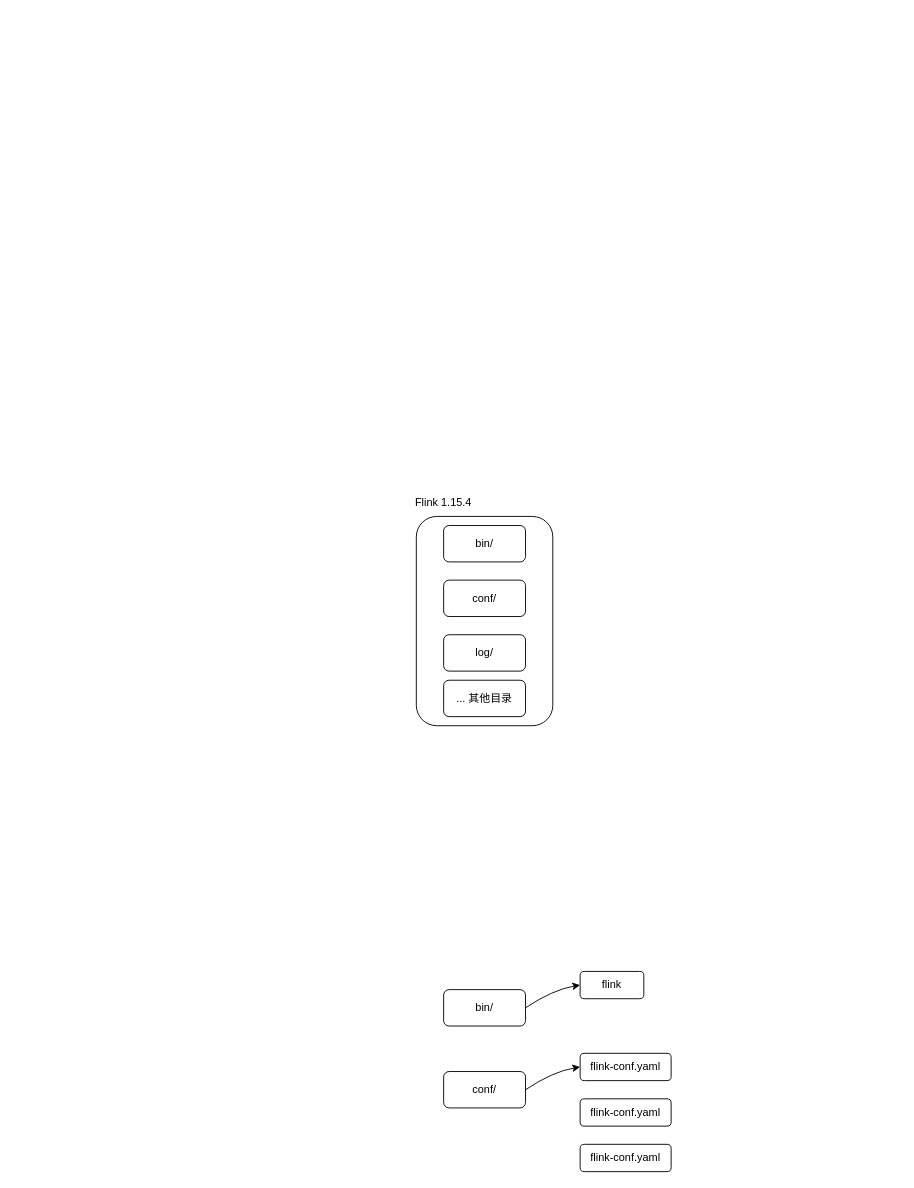
xinzhuxiansheng/blog-notes keeps this draw.io diagram as Drawio/Flink CLI.drawio. Above is the earlier version. Source tidied: cells renumbered, new cells numbered last; positions are measured from the earlier drawing's top-left corner, leaving out a move shared by most shapes. Both pictures are drawn from the tidied source at 91%, with x=0, y=0 at pixel (407, 489).
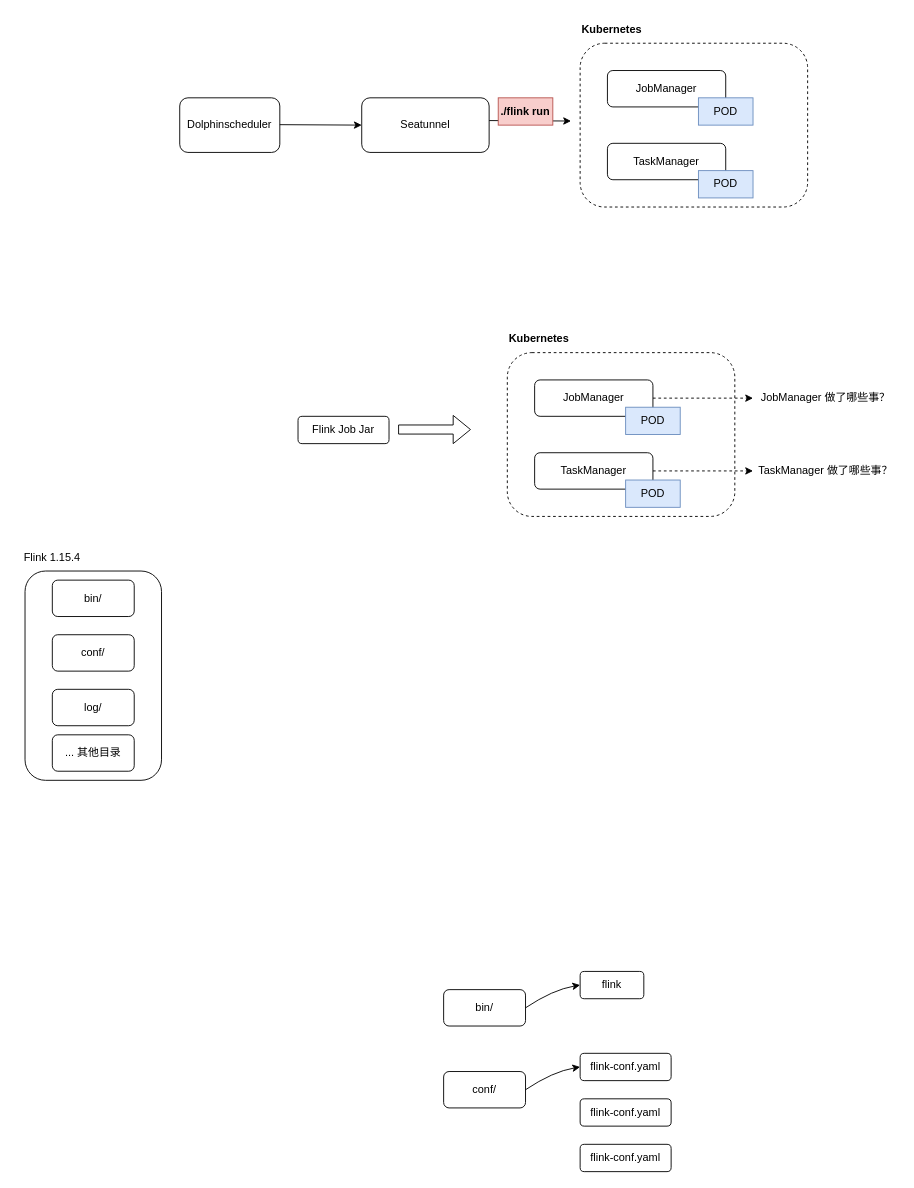
The same page after the edit.

What changed in the source:
```diff
@@
     <mxCell id="2" style="rounded=1;whiteSpace=wrap;html=1;" parent="1" vertex="1">
-      <mxGeometry x="10" y="30" width="150" height="230" as="geometry" />
+      <mxGeometry x="-420" y="90" width="150" height="230" as="geometry" />
     </mxCell>
@@
     <mxCell id="11" value="bin/" style="rounded=1;whiteSpace=wrap;html=1;" parent="1" vertex="1">
-      <mxGeometry x="40" y="40" width="90" height="40" as="geometry" />
+      <mxGeometry x="-390" y="100" width="90" height="40" as="geometry" />
     </mxCell>
     <mxCell id="12" value="conf/" style="rounded=1;whiteSpace=wrap;html=1;" parent="1" vertex="1">
-      <mxGeometry x="40" y="100" width="90" height="40" as="geometry" />
+      <mxGeometry x="-390" y="160" width="90" height="40" as="geometry" />
     </mxCell>
     <mxCell id="13" value="log/" style="rounded=1;whiteSpace=wrap;html=1;" parent="1" vertex="1">
-      <mxGeometry x="40" y="160" width="90" height="40" as="geometry" />
+      <mxGeometry x="-390" y="220" width="90" height="40" as="geometry" />
     </mxCell>
     <mxCell id="14" value="Flink 1.15.4" style="text;html=1;align=center;verticalAlign=middle;whiteSpace=wrap;rounded=0;" parent="1" vertex="1">
-      <mxGeometry width="80" height="30" as="geometry" />
+      <mxGeometry x="-430" y="60" width="80" height="30" as="geometry" />
     </mxCell>
     <mxCell id="15" value="... 其他目录" style="rounded=1;whiteSpace=wrap;html=1;" parent="1" vertex="1">
-      <mxGeometry x="40" y="210" width="90" height="40" as="geometry" />
+      <mxGeometry x="-390" y="270" width="90" height="40" as="geometry" />
     </mxCell>
+    <mxCell id="16" style="rounded=1;whiteSpace=wrap;html=1;fillColor=none;dashed=1;" parent="1" vertex="1">
+      <mxGeometry x="110" y="-150" width="250" height="180" as="geometry" />
+    </mxCell>
+    <mxCell id="17" style="edgeStyle=orthogonalEdgeStyle;rounded=0;jettySize=auto;html=1;dashed=1;" parent="1" edge="1" source="18" target="26">
+      <mxGeometry relative="1" as="geometry" />
+    </mxCell>
+    <mxCell id="18" value="JobManager" style="rounded=1;whiteSpace=wrap;html=1;" parent="1" vertex="1">
+      <mxGeometry x="140" y="-120" width="130" height="40" as="geometry" />
+    </mxCell>
+    <mxCell id="19" style="edgeStyle=orthogonalEdgeStyle;rounded=0;jettySize=auto;html=1;dashed=1;" parent="1" edge="1" source="20" target="27">
+      <mxGeometry relative="1" as="geometry" />
+    </mxCell>
+    <mxCell id="20" value="TaskManager" style="rounded=1;whiteSpace=wrap;html=1;" parent="1" vertex="1">
+      <mxGeometry x="140" y="-40" width="130" height="40" as="geometry" />
+    </mxCell>
+    <mxCell id="21" style="shape=flexArrow;endArrow=classic;html=1;rounded=0;" parent="1" edge="1">
+      <mxGeometry relative="1" as="geometry">
+        <mxPoint x="-10" y="-65.5" as="sourcePoint" />
+        <mxPoint x="70" y="-65.5" as="targetPoint" />
+      </mxGeometry>
+    </mxCell>
+    <mxCell id="22" value="Kubernetes" style="text;html=1;align=center;verticalAlign=middle;whiteSpace=wrap;rounded=0;fontStyle=1;" parent="1" vertex="1">
+      <mxGeometry x="100" y="-180" width="90" height="30" as="geometry" />
+    </mxCell>
+    <mxCell id="23" value="POD" style="text;html=1;align=center;verticalAlign=middle;whiteSpace=wrap;rounded=0;fillColor=#dae8fc;strokeColor=#6c8ebf;" parent="1" vertex="1">
+      <mxGeometry x="240" y="-90" width="60" height="30" as="geometry" />
+    </mxCell>
+    <mxCell id="24" value="POD" style="text;html=1;align=center;verticalAlign=middle;whiteSpace=wrap;rounded=0;fillColor=#dae8fc;strokeColor=#6c8ebf;" parent="1" vertex="1">
+      <mxGeometry x="240" y="-10" width="60" height="30" as="geometry" />
+    </mxCell>
+    <mxCell id="25" value="Flink Job Jar" style="rounded=1;whiteSpace=wrap;html=1;" parent="1" vertex="1">
+      <mxGeometry x="-120" y="-80" width="100" height="30" as="geometry" />
+    </mxCell>
+    <mxCell id="26" value="JobManager 做了哪些事？" style="text;html=1;align=center;verticalAlign=middle;whiteSpace=wrap;rounded=0;" parent="1" vertex="1">
+      <mxGeometry x="380" y="-115" width="160" height="30" as="geometry" />
+    </mxCell>
+    <mxCell id="27" value="TaskManager 做了哪些事？" style="text;html=1;align=center;verticalAlign=middle;whiteSpace=wrap;rounded=0;" parent="1" vertex="1">
+      <mxGeometry x="380" y="-35" width="160" height="30" as="geometry" />
+    </mxCell>
+    <mxCell id="28" value="Dolphinscheduler" style="rounded=1;whiteSpace=wrap;html=1;" parent="1" vertex="1">
+      <mxGeometry x="-250" y="-430" width="110" height="60" as="geometry" />
+    </mxCell>
+    <mxCell id="29" value="Seatunnel" style="rounded=1;whiteSpace=wrap;html=1;" parent="1" vertex="1">
+      <mxGeometry x="-50" y="-430" width="140" height="60" as="geometry" />
+    </mxCell>
+    <mxCell id="30" style="endArrow=classic;html=1;rounded=0;entryX=0;entryY=0.5;entryDx=0;entryDy=0;" parent="1" edge="1" target="29">
+      <mxGeometry relative="1" as="geometry">
+        <mxPoint x="-140" y="-400.5" as="sourcePoint" />
+      </mxGeometry>
+    </mxCell>
+    <mxCell id="31" style="rounded=1;whiteSpace=wrap;html=1;fillColor=none;dashed=1;" parent="1" vertex="1">
+      <mxGeometry x="190" y="-490" width="250" height="180" as="geometry" />
+    </mxCell>
+    <mxCell id="32" value="JobManager" style="rounded=1;whiteSpace=wrap;html=1;" parent="1" vertex="1">
+      <mxGeometry x="220" y="-460" width="130" height="40" as="geometry" />
+    </mxCell>
+    <mxCell id="33" value="TaskManager" style="rounded=1;whiteSpace=wrap;html=1;" parent="1" vertex="1">
+      <mxGeometry x="220" y="-380" width="130" height="40" as="geometry" />
+    </mxCell>
+    <mxCell id="34" value="Kubernetes" style="text;html=1;align=center;verticalAlign=middle;whiteSpace=wrap;rounded=0;fontStyle=1;" parent="1" vertex="1">
+      <mxGeometry x="180" y="-520" width="90" height="30" as="geometry" />
+    </mxCell>
+    <mxCell id="35" value="POD" style="text;html=1;align=center;verticalAlign=middle;whiteSpace=wrap;rounded=0;fillColor=#dae8fc;strokeColor=#6c8ebf;" parent="1" vertex="1">
+      <mxGeometry x="320" y="-430" width="60" height="30" as="geometry" />
+    </mxCell>
+    <mxCell id="36" value="POD" style="text;html=1;align=center;verticalAlign=middle;whiteSpace=wrap;rounded=0;fillColor=#dae8fc;strokeColor=#6c8ebf;" parent="1" vertex="1">
+      <mxGeometry x="320" y="-350" width="60" height="30" as="geometry" />
+    </mxCell>
+    <mxCell id="37" style="endArrow=classic;html=1;rounded=0;entryX=0;entryY=0.5;entryDx=0;entryDy=0;" parent="1" edge="1">
+      <mxGeometry relative="1" as="geometry">
+        <mxPoint x="90" y="-405" as="sourcePoint" />
+        <mxPoint x="180" y="-404.5" as="targetPoint" />
+      </mxGeometry>
+    </mxCell>
+    <mxCell id="38" value="./flink run" style="text;html=1;align=center;verticalAlign=middle;whiteSpace=wrap;rounded=0;fontStyle=1;fillColor=#f8cecc;strokeColor=#b85450;" parent="1" vertex="1">
+      <mxGeometry x="100" y="-430" width="60" height="30" as="geometry" />
+    </mxCell>
```
